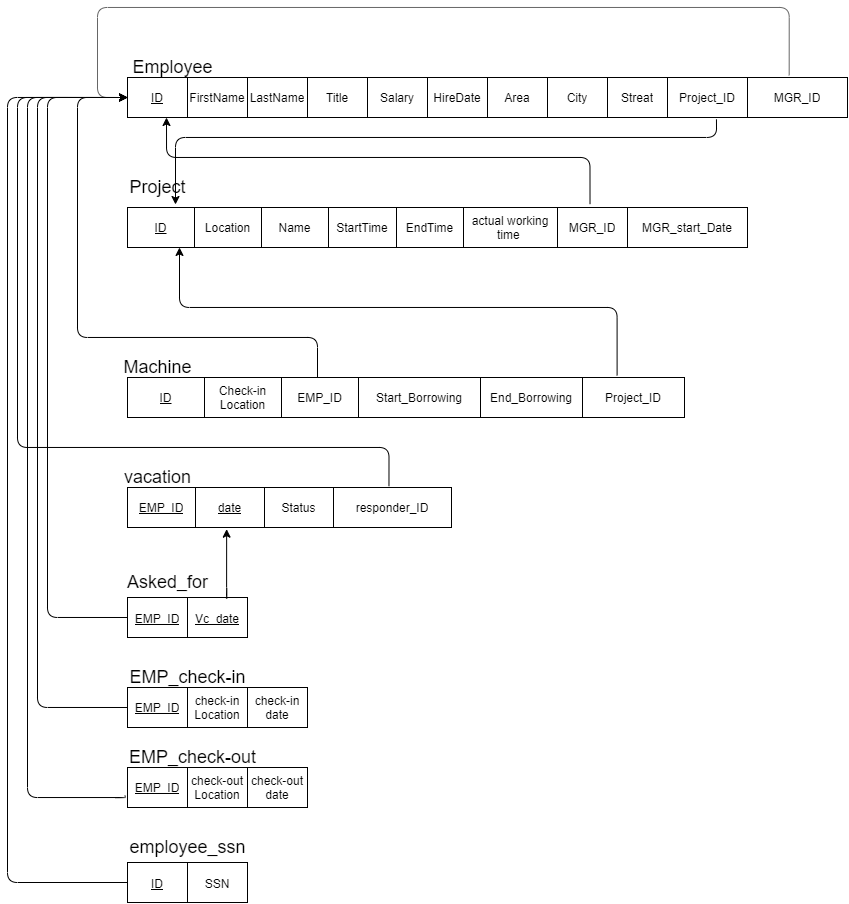
aymanred121/IGEC-Logging-App-Project keeps this draw.io diagram as schema.png. Above is the earlier version. Source tidied: cells renumbered, new cells last; positions are measured from the earlier drawing's top-left corner, leaving out a move shared by most shapes.
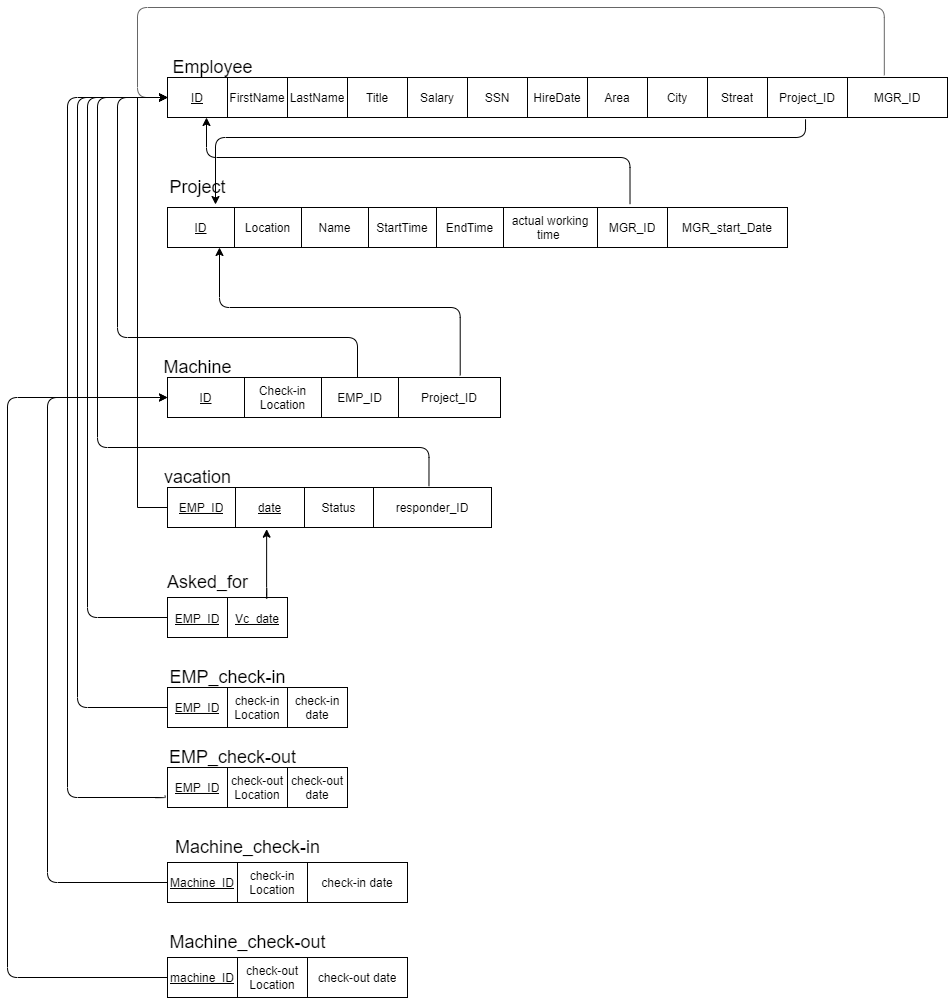
Above is the later version.

Diff of the diagram source:
```diff
@@ -3,10 +3,10 @@
     <mxCell id="0" />
     <mxCell id="1" parent="0" />
     <mxCell id="2" style="shape=table;startSize=0;fillColor=default;strokeColor=default;fontColor=default;" parent="1" vertex="1">
-      <mxGeometry x="120" y="70" width="720" height="40" as="geometry" />
+      <mxGeometry x="120" y="70" width="780" height="40" as="geometry" />
     </mxCell>
     <mxCell id="3" style="shape=partialRectangle;fillColor=none;top=0;left=0;bottom=0;right=0;points=[[0,0.5],[1,0.5]];portConstraint=eastwest;" parent="2" vertex="1">
-      <mxGeometry width="720" height="40" as="geometry" />
+      <mxGeometry width="780" height="40" as="geometry" />
     </mxCell>
     <mxCell id="4" value="&lt;u&gt;ID&lt;/u&gt;" style="shape=partialRectangle;html=1;whiteSpace=wrap;overflow=hidden;fillColor=none;top=0;left=0;bottom=0;right=0;" parent="3" vertex="1">
       <mxGeometry width="60" height="40" as="geometry" />
@@ -23,28 +23,31 @@
     <mxCell id="8" value="Salary" style="shape=partialRectangle;html=1;whiteSpace=wrap;overflow=hidden;fillColor=none;top=0;left=0;bottom=0;right=0;" parent="3" vertex="1">
       <mxGeometry x="240" width="60" height="40" as="geometry" />
     </mxCell>
+    <mxCell id="74" value="SSN" style="shape=partialRectangle;html=1;whiteSpace=wrap;overflow=hidden;fillColor=none;top=0;left=0;bottom=0;right=0;" parent="3" vertex="1">
+      <mxGeometry x="300" width="60" height="40" as="geometry" />
+    </mxCell>
     <mxCell id="9" value="HireDate" style="shape=partialRectangle;html=1;whiteSpace=wrap;overflow=hidden;fillColor=none;top=0;left=0;bottom=0;right=0;" parent="3" vertex="1">
-      <mxGeometry x="300" width="60" height="40" as="geometry" />
+      <mxGeometry x="360" width="60" height="40" as="geometry" />
     </mxCell>
     <mxCell id="10" value="Area" style="shape=partialRectangle;html=1;whiteSpace=wrap;overflow=hidden;fillColor=none;top=0;left=0;bottom=0;right=0;" parent="3" vertex="1">
-      <mxGeometry x="360" width="60" height="40" as="geometry" />
+      <mxGeometry x="420" width="60" height="40" as="geometry" />
     </mxCell>
     <mxCell id="11" value="City" style="shape=partialRectangle;html=1;whiteSpace=wrap;overflow=hidden;fillColor=none;top=0;left=0;bottom=0;right=0;" parent="3" vertex="1">
-      <mxGeometry x="420" width="60" height="40" as="geometry" />
+      <mxGeometry x="480" width="60" height="40" as="geometry" />
     </mxCell>
     <mxCell id="12" value="Streat" style="shape=partialRectangle;html=1;whiteSpace=wrap;overflow=hidden;fillColor=none;top=0;left=0;bottom=0;right=0;" parent="3" vertex="1">
-      <mxGeometry x="480" width="60" height="40" as="geometry" />
+      <mxGeometry x="540" width="60" height="40" as="geometry" />
     </mxCell>
     <mxCell id="13" value="Project_ID" style="shape=partialRectangle;html=1;whiteSpace=wrap;overflow=hidden;fillColor=none;top=0;left=0;bottom=0;right=0;" parent="3" vertex="1">
-      <mxGeometry x="540" width="80" height="40" as="geometry" />
+      <mxGeometry x="600" width="80" height="40" as="geometry" />
     </mxCell>
     <mxCell id="14" value="MGR_ID" style="shape=partialRectangle;html=1;whiteSpace=wrap;overflow=hidden;fillColor=none;top=0;left=0;bottom=0;right=0;" parent="3" vertex="1">
-      <mxGeometry x="620" width="100" height="40" as="geometry" />
+      <mxGeometry x="680" width="100" height="40" as="geometry" />
     </mxCell>
     <mxCell id="15" style="edgeStyle=segmentEdgeStyle;endArrow=classic;html=1;strokeColor=#666666;strokeWidth=1;labelBackgroundColor=default;fontColor=default;fillColor=#f5f5f5;exitX=0.919;exitY=-0.055;exitDx=0;exitDy=0;exitPerimeter=0;entryX=0;entryY=0.5;entryDx=0;entryDy=0;" parent="2" edge="1" source="3" target="3">
       <mxGeometry relative="1" as="geometry">
         <Array as="points">
-          <mxPoint x="662" y="-70" />
+          <mxPoint x="717" y="-70" />
           <mxPoint x="-30" y="-70" />
           <mxPoint x="-30" y="20" />
         </Array>
@@ -87,10 +90,10 @@
       <mxGeometry x="115" y="170" width="70" height="20" as="geometry" />
     </mxCell>
     <mxCell id="28" style="shape=table;startSize=0;fillColor=default;strokeColor=default;fontColor=default;" parent="1" vertex="1">
-      <mxGeometry x="120" y="370" width="557" height="40" as="geometry" />
+      <mxGeometry x="120" y="370" width="333" height="40" as="geometry" />
     </mxCell>
     <mxCell id="29" style="shape=partialRectangle;fillColor=none;top=0;left=0;bottom=0;right=0;points=[[0,0.5],[1,0.5]];portConstraint=eastwest;" parent="28" vertex="1">
-      <mxGeometry width="557" height="40" as="geometry" />
+      <mxGeometry width="333" height="40" as="geometry" />
     </mxCell>
     <mxCell id="30" value="&lt;u&gt;ID&lt;/u&gt;" style="shape=partialRectangle;html=1;whiteSpace=wrap;overflow=hidden;fillColor=none;top=0;left=0;bottom=0;right=0;" parent="29" vertex="1">
       <mxGeometry width="77" height="40" as="geometry" />
@@ -101,14 +104,8 @@
     <mxCell id="32" value="EMP_ID" style="shape=partialRectangle;html=1;whiteSpace=wrap;overflow=hidden;fillColor=none;top=0;left=0;bottom=0;right=0;" parent="29" vertex="1">
       <mxGeometry x="154" width="77" height="40" as="geometry" />
     </mxCell>
-    <mxCell id="33" value="Start_Borrowing" style="shape=partialRectangle;html=1;whiteSpace=wrap;overflow=hidden;fillColor=none;top=0;left=0;bottom=0;right=0;" parent="29" vertex="1">
-      <mxGeometry x="231" width="122" height="40" as="geometry" />
-    </mxCell>
-    <mxCell id="34" value="End_Borrowing" style="shape=partialRectangle;html=1;whiteSpace=wrap;overflow=hidden;fillColor=none;top=0;left=0;bottom=0;right=0;" parent="29" vertex="1">
-      <mxGeometry x="353" width="102" height="40" as="geometry" />
-    </mxCell>
     <mxCell id="35" value="Project_ID" style="shape=partialRectangle;html=1;whiteSpace=wrap;overflow=hidden;fillColor=none;top=0;left=0;bottom=0;right=0;" parent="29" vertex="1">
-      <mxGeometry x="455" width="102" height="40" as="geometry" />
+      <mxGeometry x="231" width="102" height="40" as="geometry" />
     </mxCell>
     <mxCell id="36" value="&lt;font style=&quot;font-size: 18px&quot;&gt;Machine&lt;/font&gt;" style="text;html=1;align=center;verticalAlign=middle;strokeColor=none;" parent="1" vertex="1">
       <mxGeometry x="110" y="350" width="80" height="20" as="geometry" />
@@ -135,9 +132,8 @@
       <mxGeometry relative="1" as="geometry">
         <mxPoint x="172" y="240" as="targetPoint" />
         <Array as="points">
-          <mxPoint x="610" y="300" />
+          <mxPoint x="413" y="300" />
           <mxPoint x="172" y="300" />
-          <mxPoint x="172" y="240" />
         </Array>
       </mxGeometry>
     </mxCell>
@@ -145,7 +141,7 @@
       <mxGeometry relative="1" as="geometry">
         <mxPoint x="168" y="197" as="targetPoint" />
         <Array as="points">
-          <mxPoint x="709" y="130" />
+          <mxPoint x="758" y="130" />
           <mxPoint x="168" y="130" />
         </Array>
       </mxGeometry>
@@ -175,8 +171,8 @@
       <mxGeometry relative="1" as="geometry">
         <Array as="points">
           <mxPoint x="382" y="440" />
-          <mxPoint x="10" y="440" />
-          <mxPoint x="10" y="90" />
+          <mxPoint x="50" y="440" />
+          <mxPoint x="50" y="90" />
         </Array>
       </mxGeometry>
     </mxCell>
@@ -263,28 +259,66 @@
         </Array>
       </mxGeometry>
     </mxCell>
-    <mxCell id="70" value="employee_ssn" style="text;html=1;align=center;verticalAlign=middle;strokeColor=none;fillColor=none;fontSize=18;fontColor=default;" parent="1" vertex="1">
-      <mxGeometry x="115" y="825" width="130" height="30" as="geometry" />
+    <mxCell id="70" value="Machine_check-in" style="text;html=1;align=center;verticalAlign=middle;strokeColor=none;fillColor=none;fontSize=18;fontColor=default;" parent="1" vertex="1">
+      <mxGeometry x="120" y="825" width="160" height="30" as="geometry" />
     </mxCell>
-    <mxCell id="71" style="shape=table;startSize=0;fontSize=18;fontColor=default;strokeColor=default;fillColor=default;" parent="1" vertex="1">
-      <mxGeometry x="120" y="855" width="120" height="40" as="geometry" />
-    </mxCell>
-    <mxCell id="72" style="shape=partialRectangle;fillColor=none;top=0;left=0;bottom=0;right=0;points=[[0,0.5],[1,0.5]];portConstraint=eastwest;fontSize=18;fontColor=default;strokeColor=default;" parent="71" vertex="1">
-      <mxGeometry width="120" height="40" as="geometry" />
-    </mxCell>
-    <mxCell id="73" value="&lt;u style=&quot;font-size: 12px&quot;&gt;ID&lt;/u&gt;" style="shape=partialRectangle;html=1;whiteSpace=wrap;overflow=hidden;fillColor=none;top=0;left=0;bottom=0;right=0;fontSize=18;fontColor=default;strokeColor=default;" parent="72" vertex="1">
-      <mxGeometry width="60" height="40" as="geometry" />
-    </mxCell>
-    <mxCell id="74" value="&lt;span style=&quot;font-size: 12px&quot;&gt;SSN&lt;/span&gt;" style="shape=partialRectangle;html=1;whiteSpace=wrap;overflow=hidden;fillColor=none;top=0;left=0;bottom=0;right=0;fontSize=18;fontColor=default;strokeColor=default;" parent="72" vertex="1">
-      <mxGeometry x="60" width="60" height="40" as="geometry" />
-    </mxCell>
-    <mxCell id="75" style="edgeStyle=segmentEdgeStyle;endArrow=classic;html=1;strokeColor=#000000;strokeWidth=1;labelBackgroundColor=default;fontColor=default;entryX=0;entryY=0.5;entryDx=0;entryDy=0;exitX=0;exitY=0.5;exitDx=0;exitDy=0;" parent="1" edge="1" source="72" target="3">
+    <mxCell id="75" style="edgeStyle=segmentEdgeStyle;endArrow=classic;html=1;strokeColor=#000000;strokeWidth=1;labelBackgroundColor=default;fontColor=default;entryX=0;entryY=0.5;entryDx=0;entryDy=0;exitX=0;exitY=0.5;exitDx=0;exitDy=0;" parent="1" edge="1" target="29">
       <mxGeometry relative="1" as="geometry">
+        <mxPoint x="120" y="875" as="sourcePoint" />
         <Array as="points">
           <mxPoint y="875" />
-          <mxPoint y="90" />
+          <mxPoint y="390" />
         </Array>
       </mxGeometry>
     </mxCell>
+    <mxCell id="76" style="shape=table;startSize=0;fontColor=default;strokeColor=default;fillColor=default;" parent="1" vertex="1">
+      <mxGeometry x="120" y="950" width="240" height="40" as="geometry" />
+    </mxCell>
+    <mxCell id="77" style="shape=partialRectangle;fillColor=none;top=0;left=0;bottom=0;right=0;points=[[0,0.5],[1,0.5]];portConstraint=eastwest;fontColor=default;strokeColor=default;" parent="76" vertex="1">
+      <mxGeometry width="240" height="40" as="geometry" />
+    </mxCell>
+    <mxCell id="78" value="&lt;u&gt;machine_ID&lt;/u&gt;" style="shape=partialRectangle;html=1;whiteSpace=wrap;overflow=hidden;fillColor=none;top=0;left=0;bottom=0;right=0;fontColor=default;strokeColor=default;" parent="77" vertex="1">
+      <mxGeometry width="70" height="40" as="geometry" />
+    </mxCell>
+    <mxCell id="79" value="&lt;span&gt;check-out Location&lt;/span&gt;" style="shape=partialRectangle;html=1;whiteSpace=wrap;overflow=hidden;fillColor=none;top=0;left=0;bottom=0;right=0;fontColor=default;strokeColor=default;" parent="77" vertex="1">
+      <mxGeometry x="70" width="70" height="40" as="geometry" />
+    </mxCell>
+    <mxCell id="80" value="&lt;span&gt;check-out date&lt;/span&gt;" style="shape=partialRectangle;html=1;whiteSpace=wrap;overflow=hidden;fillColor=none;top=0;left=0;bottom=0;right=0;fontColor=default;strokeColor=default;" parent="77" vertex="1">
+      <mxGeometry x="140" width="100" height="40" as="geometry" />
+    </mxCell>
+    <mxCell id="81" style="shape=table;startSize=0;fontColor=default;strokeColor=default;fillColor=default;" parent="1" vertex="1">
+      <mxGeometry x="120" y="855" width="240" height="40" as="geometry" />
+    </mxCell>
+    <mxCell id="82" style="shape=partialRectangle;fillColor=none;top=0;left=0;bottom=0;right=0;fontColor=default;strokeColor=default;" parent="81" vertex="1">
+      <mxGeometry width="240" height="40" as="geometry" />
+    </mxCell>
+    <mxCell id="83" value="&lt;u&gt;Machine_ID&lt;/u&gt;" style="shape=partialRectangle;html=1;whiteSpace=wrap;overflow=hidden;fillColor=none;top=0;left=0;bottom=0;right=0;fontColor=default;strokeColor=default;" parent="82" vertex="1">
+      <mxGeometry width="70" height="40" as="geometry" />
+    </mxCell>
+    <mxCell id="84" value="&lt;span&gt;check-in Location&lt;/span&gt;" style="shape=partialRectangle;html=1;whiteSpace=wrap;overflow=hidden;fillColor=none;top=0;left=0;bottom=0;right=0;fontColor=default;strokeColor=default;" parent="82" vertex="1">
+      <mxGeometry x="70" width="70" height="40" as="geometry" />
+    </mxCell>
+    <mxCell id="85" value="&lt;span&gt;check-in date&lt;/span&gt;" style="shape=partialRectangle;html=1;whiteSpace=wrap;overflow=hidden;fillColor=none;top=0;left=0;bottom=0;right=0;fontColor=default;strokeColor=default;" parent="82" vertex="1">
+      <mxGeometry x="140" width="100" height="40" as="geometry" />
+    </mxCell>
+    <mxCell id="86" style="edgeStyle=segmentEdgeStyle;endArrow=classic;html=1;strokeColor=#000000;strokeWidth=1;labelBackgroundColor=default;fontColor=default;entryX=0;entryY=0.5;entryDx=0;entryDy=0;exitX=0;exitY=0.5;exitDx=0;exitDy=0;" parent="1" edge="1" source="77" target="29">
+      <mxGeometry relative="1" as="geometry">
+        <Array as="points">
+          <mxPoint x="-40" y="970" />
+          <mxPoint x="-40" y="390" />
+        </Array>
+      </mxGeometry>
+    </mxCell>
+    <mxCell id="87" style="edgeStyle=orthogonalEdgeStyle;rounded=0;jettySize=auto;html=1;exitX=0;exitY=0.5;exitDx=0;exitDy=0;entryX=0;entryY=0.5;entryDx=0;entryDy=0;" parent="1" edge="1" source="42" target="3">
+      <mxGeometry relative="1" as="geometry">
+        <Array as="points">
+          <mxPoint x="90" y="500" />
+          <mxPoint x="90" y="90" />
+        </Array>
+      </mxGeometry>
+    </mxCell>
+    <mxCell id="88" value="Machine_check-out" style="text;html=1;align=center;verticalAlign=middle;strokeColor=none;fillColor=none;fontSize=18;fontColor=default;" parent="1" vertex="1">
+      <mxGeometry x="115" y="920" width="170" height="30" as="geometry" />
+    </mxCell>
   </root>
 </mxGraphModel>
```
